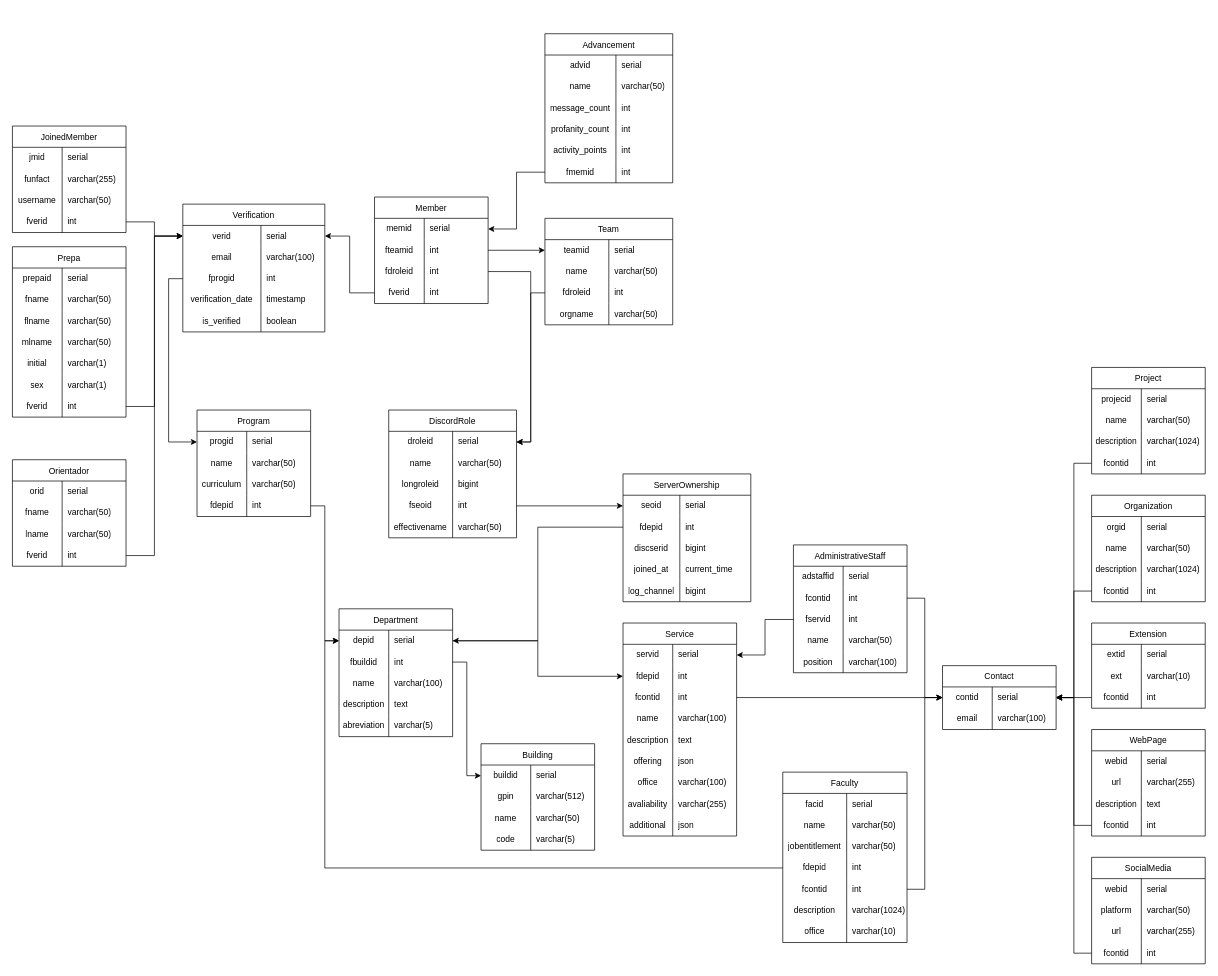
The draw.io diagram assets/schema/DatabaseSchema.drawio in AlfredoSoto1/BotOrientador, before the edit. Source tidied: cells renumbered, new cells numbered last; positions are measured from the earlier drawing's top-left corner, leaving out a move shared by most shapes. Both pictures are drawn from the tidied source at 71%, with x=0, y=0 at pixel (12, 33).
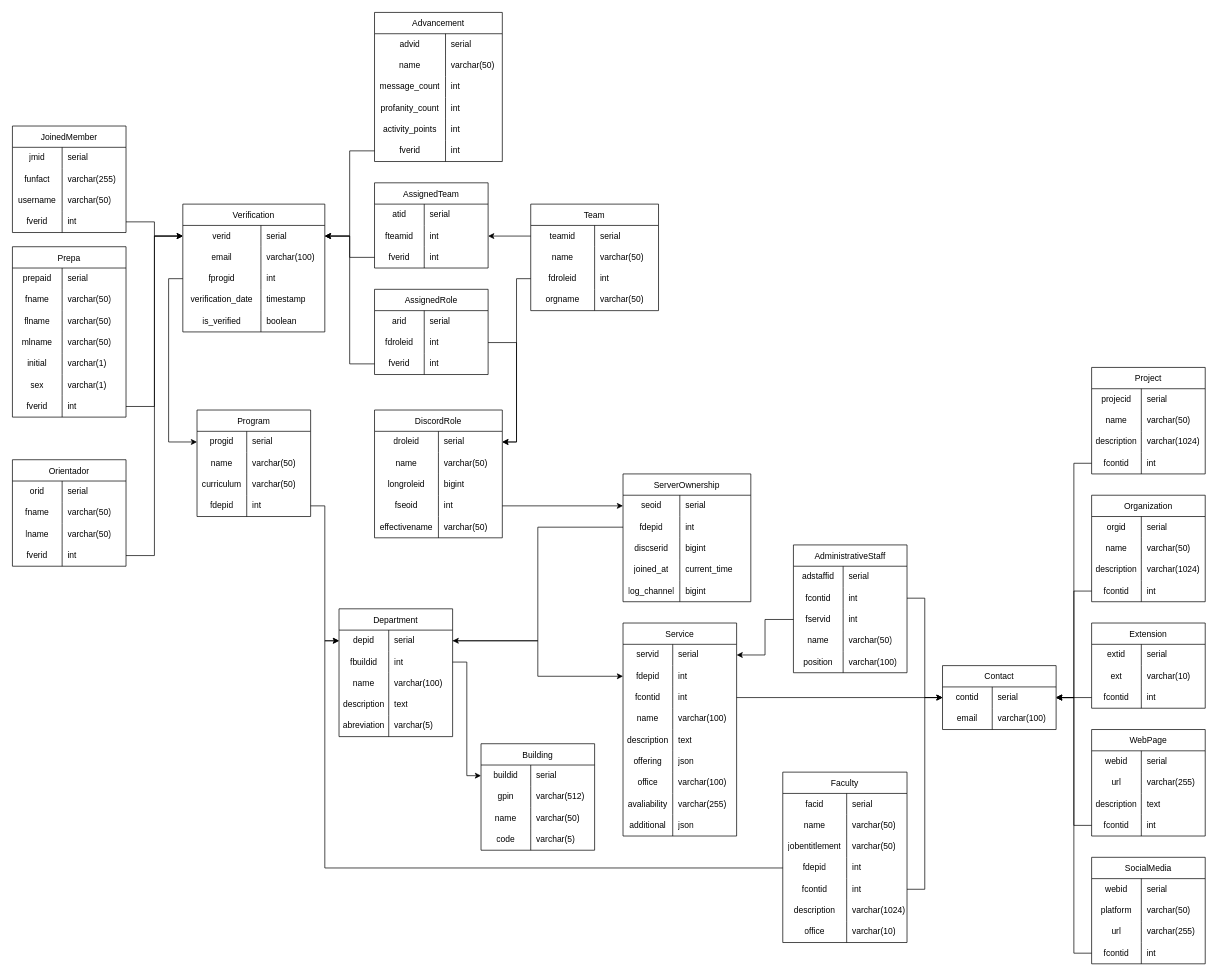
The same diagram, later.

The change refers to these unchanged cells:
```xml
<mxCell id="18" style="shape=tableRow;horizontal=0;startSize=0;swimlaneHead=0;swimlaneBody=0;top=0;left=0;bottom=0;right=0;fillColor=none;points=[[0,0.5],[1,0.5]];portConstraint=eastwest;strokeColor=inherit;fontSize=12;" parent="2" vertex="1">
  <mxGeometry y="180" width="180" height="30" as="geometry" />
</mxCell>
<mxCell id="222" style="shape=tableRow;horizontal=0;startSize=0;swimlaneHead=0;swimlaneBody=0;top=0;left=0;bottom=0;right=0;fillColor=none;points=[[0,0.5],[1,0.5]];portConstraint=eastwest;strokeColor=inherit;fontSize=12;" parent="221" vertex="1">
  <mxGeometry y="30" width="180" height="30" as="geometry" />
</mxCell>
<mxCell id="238" style="shape=tableRow;horizontal=0;startSize=0;swimlaneHead=0;swimlaneBody=0;top=0;left=0;bottom=0;right=0;fillColor=none;points=[[0,0.5],[1,0.5]];portConstraint=eastwest;strokeColor=inherit;fontSize=12;" parent="237" vertex="1">
  <mxGeometry y="30" width="200" height="30" as="geometry" />
</mxCell>
<mxCell id="315" style="shape=tableRow;horizontal=0;startSize=0;swimlaneHead=0;swimlaneBody=0;top=0;left=0;bottom=0;right=0;fillColor=none;points=[[0,0.5],[1,0.5]];portConstraint=eastwest;strokeColor=inherit;fontSize=12;" parent="314" vertex="1">
  <mxGeometry y="30" width="180" height="30" as="geometry" />
</mxCell>
```

The edit, as a diff of the source:
```diff
@@
     <mxCell id="2" value="Advancement" style="shape=table;startSize=30;childLayout=tableLayout;rowLines=0;fontStyle=0;strokeColor=default;fontSize=12;" parent="1" vertex="1">
-      <mxGeometry x="750" width="180" height="210" as="geometry" />
+      <mxGeometry x="510" y="-30" width="180" height="210" as="geometry" />
     </mxCell>
@@
-    <mxCell id="19" value="fmemid" style="shape=partialRectangle;html=1;whiteSpace=wrap;fillColor=none;top=0;left=0;bottom=0;right=0;overflow=hidden;strokeColor=inherit;fontSize=12;" parent="18" vertex="1">
+    <mxCell id="19" value="fverid" style="shape=partialRectangle;html=1;whiteSpace=wrap;fillColor=none;top=0;left=0;bottom=0;right=0;overflow=hidden;strokeColor=inherit;fontSize=12;" parent="18" vertex="1">
       <mxGeometry width="100" height="30" as="geometry" />
     </mxCell>
@@
     <mxCell id="221" value="DiscordRole" style="shape=table;startSize=30;childLayout=tableLayout;rowLines=0;fontStyle=0;strokeColor=default;fontSize=12;" parent="1" vertex="1">
-      <mxGeometry x="530" y="530" width="180" height="180" as="geometry" />
+      <mxGeometry x="510" y="530" width="180" height="180" as="geometry" />
     </mxCell>
@@
-    <mxCell id="301" value="Member" style="shape=table;startSize=30;childLayout=tableLayout;rowLines=0;fontStyle=0;strokeColor=default;fontSize=12;" parent="1" vertex="1">
-      <mxGeometry x="510" y="230" width="160" height="150" as="geometry" />
-    </mxCell>
-    <mxCell id="302" style="shape=tableRow;horizontal=0;startSize=0;swimlaneHead=0;swimlaneBody=0;top=0;left=0;bottom=0;right=0;fillColor=none;points=[[0,0.5],[1,0.5]];portConstraint=eastwest;strokeColor=inherit;fontSize=12;" parent="301" vertex="1">
-      <mxGeometry y="30" width="160" height="30" as="geometry" />
-    </mxCell>
-    <mxCell id="303" value="memid" style="shape=partialRectangle;html=1;whiteSpace=wrap;fillColor=none;top=0;left=0;bottom=0;right=0;overflow=hidden;strokeColor=inherit;fontSize=12;spacing=2;" parent="302" vertex="1">
-      <mxGeometry width="70" height="30" as="geometry" />
-    </mxCell>
-    <mxCell id="304" value="serial" style="shape=partialRectangle;html=1;whiteSpace=wrap;fillColor=none;top=0;left=0;bottom=0;right=0;align=left;spacingLeft=6;overflow=hidden;strokeColor=inherit;fontSize=12;" parent="302" vertex="1">
-      <mxGeometry x="70" width="90" height="30" as="geometry" />
-    </mxCell>
-    <mxCell id="305" style="shape=tableRow;horizontal=0;startSize=0;swimlaneHead=0;swimlaneBody=0;top=0;left=0;bottom=0;right=0;fillColor=none;points=[[0,0.5],[1,0.5]];portConstraint=eastwest;strokeColor=inherit;fontSize=12;" parent="301" vertex="1">
-      <mxGeometry y="60" width="160" height="30" as="geometry" />
-    </mxCell>
-    <mxCell id="306" value="fteamid" style="shape=partialRectangle;html=1;whiteSpace=wrap;fillColor=none;top=0;left=0;bottom=0;right=0;overflow=hidden;strokeColor=inherit;fontSize=12;" parent="305" vertex="1">
-      <mxGeometry width="70" height="30" as="geometry" />
-    </mxCell>
-    <mxCell id="307" value="int" style="shape=partialRectangle;html=1;whiteSpace=wrap;fillColor=none;top=0;left=0;bottom=0;right=0;align=left;spacingLeft=6;overflow=hidden;strokeColor=inherit;fontSize=12;" parent="305" vertex="1">
-      <mxGeometry x="70" width="90" height="30" as="geometry" />
-    </mxCell>
-    <mxCell id="308" style="shape=tableRow;horizontal=0;startSize=0;swimlaneHead=0;swimlaneBody=0;top=0;left=0;bottom=0;right=0;fillColor=none;points=[[0,0.5],[1,0.5]];portConstraint=eastwest;strokeColor=inherit;fontSize=12;" parent="301" vertex="1">
-      <mxGeometry y="90" width="160" height="30" as="geometry" />
-    </mxCell>
-    <mxCell id="309" value="fdroleid" style="shape=partialRectangle;html=1;whiteSpace=wrap;fillColor=none;top=0;left=0;bottom=0;right=0;overflow=hidden;strokeColor=inherit;fontSize=12;" parent="308" vertex="1">
-      <mxGeometry width="70" height="30" as="geometry" />
-    </mxCell>
-    <mxCell id="310" value="int" style="shape=partialRectangle;html=1;whiteSpace=wrap;fillColor=none;top=0;left=0;bottom=0;right=0;align=left;spacingLeft=6;overflow=hidden;strokeColor=inherit;fontSize=12;" parent="308" vertex="1">
-      <mxGeometry x="70" width="90" height="30" as="geometry" />
-    </mxCell>
-    <mxCell id="311" style="shape=tableRow;horizontal=0;startSize=0;swimlaneHead=0;swimlaneBody=0;top=0;left=0;bottom=0;right=0;fillColor=none;points=[[0,0.5],[1,0.5]];portConstraint=eastwest;strokeColor=inherit;fontSize=12;" parent="301" vertex="1">
-      <mxGeometry y="120" width="160" height="30" as="geometry" />
-    </mxCell>
-    <mxCell id="312" value="fverid" style="shape=partialRectangle;html=1;whiteSpace=wrap;fillColor=none;top=0;left=0;bottom=0;right=0;overflow=hidden;strokeColor=inherit;fontSize=12;" parent="311" vertex="1">
-      <mxGeometry width="70" height="30" as="geometry" />
-    </mxCell>
-    <mxCell id="313" value="int" style="shape=partialRectangle;html=1;whiteSpace=wrap;fillColor=none;top=0;left=0;bottom=0;right=0;align=left;spacingLeft=6;overflow=hidden;strokeColor=inherit;fontSize=12;" parent="311" vertex="1">
-      <mxGeometry x="70" width="90" height="30" as="geometry" />
-    </mxCell>
     <mxCell id="314" value="Team" style="shape=table;startSize=30;childLayout=tableLayout;rowLines=0;fontStyle=0;strokeColor=default;fontSize=12;" parent="1" vertex="1">
-      <mxGeometry x="750" y="260" width="180" height="150" as="geometry" />
+      <mxGeometry x="730" y="240" width="180" height="150" as="geometry" />
     </mxCell>
@@
-    <mxCell id="327" style="edgeStyle=orthogonalEdgeStyle;rounded=0;jettySize=auto;html=1;exitX=1;exitY=0.5;exitDx=0;exitDy=0;entryX=0;entryY=0.5;entryDx=0;entryDy=0;" parent="1" edge="1" source="305" target="315">
-      <mxGeometry relative="1" as="geometry" />
-    </mxCell>
-    <mxCell id="328" style="edgeStyle=orthogonalEdgeStyle;rounded=0;jettySize=auto;html=1;exitX=0;exitY=0.5;exitDx=0;exitDy=0;entryX=1;entryY=0.5;entryDx=0;entryDy=0;" parent="1" edge="1" source="311" target="238">
-      <mxGeometry relative="1" as="geometry" />
-    </mxCell>
-    <mxCell id="329" style="edgeStyle=orthogonalEdgeStyle;rounded=0;jettySize=auto;html=1;exitX=0;exitY=0.5;exitDx=0;exitDy=0;entryX=1;entryY=0.5;entryDx=0;entryDy=0;" parent="1" edge="1" source="18" target="302">
-      <mxGeometry relative="1" as="geometry" />
-    </mxCell>
@@
-    <mxCell id="343" style="edgeStyle=orthogonalEdgeStyle;rounded=0;jettySize=auto;html=1;exitX=1;exitY=0.5;exitDx=0;exitDy=0;entryX=1;entryY=0.5;entryDx=0;entryDy=0;" parent="1" edge="1" source="308" target="222">
-      <mxGeometry relative="1" as="geometry" />
-    </mxCell>
@@
+    <mxCell id="345" value="AssignedTeam" style="shape=table;startSize=30;childLayout=tableLayout;rowLines=0;fontStyle=0;strokeColor=default;fontSize=12;" parent="1" vertex="1">
+      <mxGeometry x="510" y="210" width="160" height="120" as="geometry" />
+    </mxCell>
+    <mxCell id="346" style="shape=tableRow;horizontal=0;startSize=0;swimlaneHead=0;swimlaneBody=0;top=0;left=0;bottom=0;right=0;fillColor=none;strokeColor=inherit;fontSize=12;" parent="345" vertex="1">
+      <mxGeometry y="30" width="160" height="30" as="geometry" />
+    </mxCell>
+    <mxCell id="347" value="atid" style="shape=partialRectangle;html=1;whiteSpace=wrap;fillColor=none;top=0;left=0;bottom=0;right=0;overflow=hidden;strokeColor=inherit;fontSize=12;spacing=2;" parent="346" vertex="1">
+      <mxGeometry width="70" height="30" as="geometry" />
+    </mxCell>
+    <mxCell id="348" value="serial" style="shape=partialRectangle;html=1;whiteSpace=wrap;fillColor=none;top=0;left=0;bottom=0;right=0;align=left;spacingLeft=6;overflow=hidden;strokeColor=inherit;fontSize=12;" parent="346" vertex="1">
+      <mxGeometry x="70" width="90" height="30" as="geometry" />
+    </mxCell>
+    <mxCell id="349" style="shape=tableRow;horizontal=0;startSize=0;swimlaneHead=0;swimlaneBody=0;top=0;left=0;bottom=0;right=0;fillColor=none;points=[[0,0.5],[1,0.5]];portConstraint=eastwest;strokeColor=inherit;fontSize=12;" parent="345" vertex="1">
+      <mxGeometry y="60" width="160" height="30" as="geometry" />
+    </mxCell>
+    <mxCell id="306" value="fteamid" style="shape=partialRectangle;html=1;whiteSpace=wrap;fillColor=none;top=0;left=0;bottom=0;right=0;overflow=hidden;strokeColor=inherit;fontSize=12;" parent="349" vertex="1">
+      <mxGeometry width="70" height="30" as="geometry" />
+    </mxCell>
+    <mxCell id="350" value="int" style="shape=partialRectangle;html=1;whiteSpace=wrap;fillColor=none;top=0;left=0;bottom=0;right=0;align=left;spacingLeft=6;overflow=hidden;strokeColor=inherit;fontSize=12;" parent="349" vertex="1">
+      <mxGeometry x="70" width="90" height="30" as="geometry" />
+    </mxCell>
+    <mxCell id="351" style="shape=tableRow;horizontal=0;startSize=0;swimlaneHead=0;swimlaneBody=0;top=0;left=0;bottom=0;right=0;fillColor=none;points=[[0,0.5],[1,0.5]];portConstraint=eastwest;strokeColor=inherit;fontSize=12;" parent="345" vertex="1">
+      <mxGeometry y="90" width="160" height="30" as="geometry" />
+    </mxCell>
+    <mxCell id="352" value="fverid" style="shape=partialRectangle;html=1;whiteSpace=wrap;fillColor=none;top=0;left=0;bottom=0;right=0;overflow=hidden;strokeColor=inherit;fontSize=12;" parent="351" vertex="1">
+      <mxGeometry width="70" height="30" as="geometry" />
+    </mxCell>
+    <mxCell id="353" value="int" style="shape=partialRectangle;html=1;whiteSpace=wrap;fillColor=none;top=0;left=0;bottom=0;right=0;align=left;spacingLeft=6;overflow=hidden;strokeColor=inherit;fontSize=12;" parent="351" vertex="1">
+      <mxGeometry x="70" width="90" height="30" as="geometry" />
+    </mxCell>
+    <mxCell id="354" value="AssignedRole" style="shape=table;startSize=30;childLayout=tableLayout;rowLines=0;fontStyle=0;strokeColor=default;fontSize=12;" parent="1" vertex="1">
+      <mxGeometry x="510" y="360" width="160" height="120" as="geometry" />
+    </mxCell>
+    <mxCell id="355" style="shape=tableRow;horizontal=0;startSize=0;swimlaneHead=0;swimlaneBody=0;top=0;left=0;bottom=0;right=0;fillColor=none;strokeColor=inherit;fontSize=12;" parent="354" vertex="1">
+      <mxGeometry y="30" width="160" height="30" as="geometry" />
+    </mxCell>
+    <mxCell id="356" value="arid" style="shape=partialRectangle;html=1;whiteSpace=wrap;fillColor=none;top=0;left=0;bottom=0;right=0;overflow=hidden;strokeColor=inherit;fontSize=12;spacing=2;" parent="355" vertex="1">
+      <mxGeometry width="70" height="30" as="geometry" />
+    </mxCell>
+    <mxCell id="357" value="serial" style="shape=partialRectangle;html=1;whiteSpace=wrap;fillColor=none;top=0;left=0;bottom=0;right=0;align=left;spacingLeft=6;overflow=hidden;strokeColor=inherit;fontSize=12;" parent="355" vertex="1">
+      <mxGeometry x="70" width="90" height="30" as="geometry" />
+    </mxCell>
+    <mxCell id="358" style="shape=tableRow;horizontal=0;startSize=0;swimlaneHead=0;swimlaneBody=0;top=0;left=0;bottom=0;right=0;fillColor=none;points=[[0,0.5],[1,0.5]];portConstraint=eastwest;strokeColor=inherit;fontSize=12;" parent="354" vertex="1">
+      <mxGeometry y="60" width="160" height="30" as="geometry" />
+    </mxCell>
+    <mxCell id="309" value="fdroleid" style="shape=partialRectangle;html=1;whiteSpace=wrap;fillColor=none;top=0;left=0;bottom=0;right=0;overflow=hidden;strokeColor=inherit;fontSize=12;" parent="358" vertex="1">
+      <mxGeometry width="70" height="30" as="geometry" />
+    </mxCell>
+    <mxCell id="359" value="int" style="shape=partialRectangle;html=1;whiteSpace=wrap;fillColor=none;top=0;left=0;bottom=0;right=0;align=left;spacingLeft=6;overflow=hidden;strokeColor=inherit;fontSize=12;" parent="358" vertex="1">
+      <mxGeometry x="70" width="90" height="30" as="geometry" />
+    </mxCell>
+    <mxCell id="360" style="shape=tableRow;horizontal=0;startSize=0;swimlaneHead=0;swimlaneBody=0;top=0;left=0;bottom=0;right=0;fillColor=none;points=[[0,0.5],[1,0.5]];portConstraint=eastwest;strokeColor=inherit;fontSize=12;" parent="354" vertex="1">
+      <mxGeometry y="90" width="160" height="30" as="geometry" />
+    </mxCell>
+    <mxCell id="361" value="fverid" style="shape=partialRectangle;html=1;whiteSpace=wrap;fillColor=none;top=0;left=0;bottom=0;right=0;overflow=hidden;strokeColor=inherit;fontSize=12;" parent="360" vertex="1">
+      <mxGeometry width="70" height="30" as="geometry" />
+    </mxCell>
+    <mxCell id="362" value="int" style="shape=partialRectangle;html=1;whiteSpace=wrap;fillColor=none;top=0;left=0;bottom=0;right=0;align=left;spacingLeft=6;overflow=hidden;strokeColor=inherit;fontSize=12;" parent="360" vertex="1">
+      <mxGeometry x="70" width="90" height="30" as="geometry" />
+    </mxCell>
+    <mxCell id="363" style="edgeStyle=orthogonalEdgeStyle;rounded=0;jettySize=auto;html=1;exitX=0;exitY=0.5;exitDx=0;exitDy=0;entryX=1;entryY=0.5;entryDx=0;entryDy=0;" parent="1" edge="1" source="351" target="238">
+      <mxGeometry relative="1" as="geometry" />
+    </mxCell>
+    <mxCell id="364" style="edgeStyle=orthogonalEdgeStyle;rounded=0;jettySize=auto;html=1;exitX=0;exitY=0.5;exitDx=0;exitDy=0;entryX=1;entryY=0.5;entryDx=0;entryDy=0;" parent="1" edge="1" source="315" target="349">
+      <mxGeometry relative="1" as="geometry" />
+    </mxCell>
+    <mxCell id="365" style="edgeStyle=orthogonalEdgeStyle;rounded=0;jettySize=auto;html=1;exitX=0;exitY=0.5;exitDx=0;exitDy=0;entryX=1;entryY=0.5;entryDx=0;entryDy=0;" parent="1" edge="1" source="18" target="238">
+      <mxGeometry relative="1" as="geometry" />
+    </mxCell>
+    <mxCell id="366" style="edgeStyle=orthogonalEdgeStyle;rounded=0;jettySize=auto;html=1;exitX=0;exitY=0.5;exitDx=0;exitDy=0;entryX=1;entryY=0.5;entryDx=0;entryDy=0;" parent="1" edge="1" source="360" target="238">
+      <mxGeometry relative="1" as="geometry" />
+    </mxCell>
+    <mxCell id="367" style="edgeStyle=orthogonalEdgeStyle;rounded=0;jettySize=auto;html=1;exitX=1;exitY=0.5;exitDx=0;exitDy=0;entryX=1;entryY=0.5;entryDx=0;entryDy=0;" parent="1" edge="1" source="358" target="222">
+      <mxGeometry relative="1" as="geometry" />
+    </mxCell>
```
